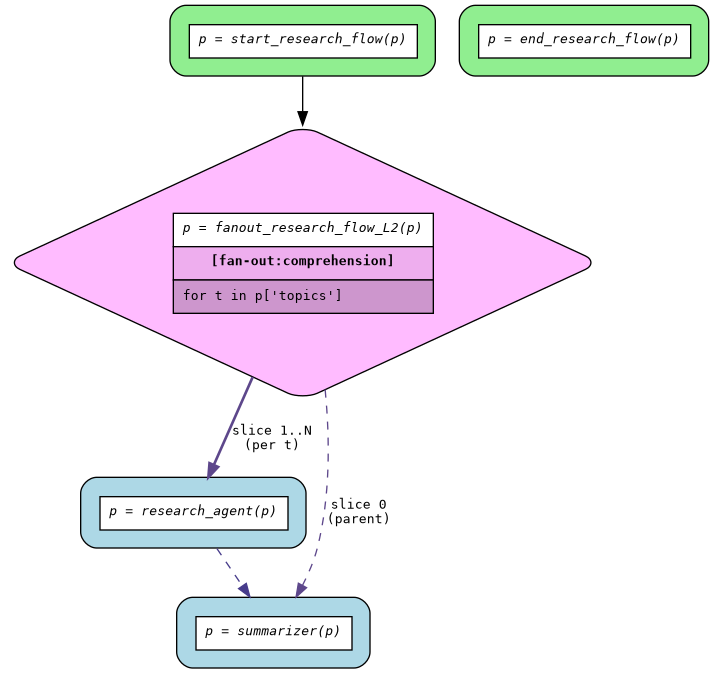
Before: src/asya-testing/asya_testing/flows/research_flow/compiled/flow.png, a diagram exported from Graphviz (deliveryhero/asya). Its source is kept beside it as src/asya-testing/asya_testing/flows/research_flow/compiled/flow.dot.
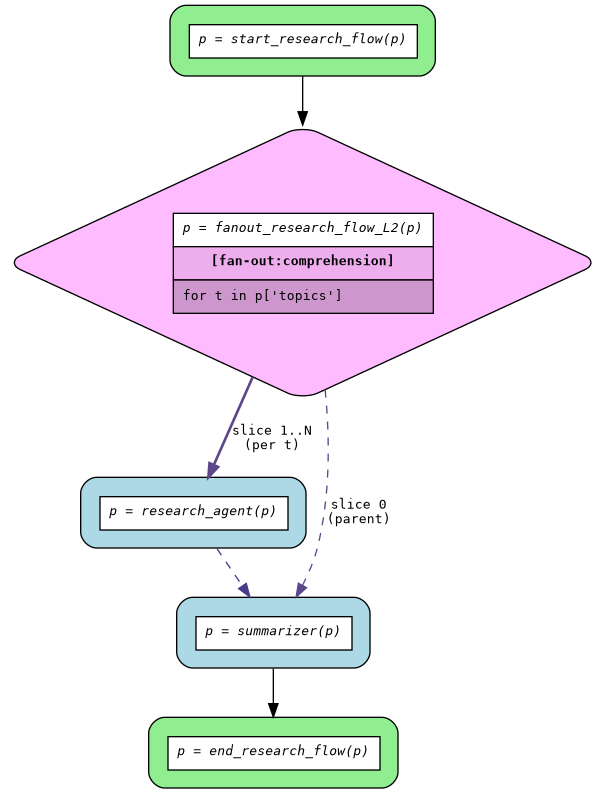
Later version of the same file.

Commit message:
fix(flow): include end_ router in fan-out continuation edges in dotgen

The dotgen._generate_fan_out_edges method was filtering out end_ routers
when determining which actors come after the aggregator in the
continuation chain. This caused missing edges to end_ routers in the
generated flow.dot file.

Now correctly uses the original (unfiltered) true_branch_actors list to
find actors after the aggregator, preserving any end_ routers that should
be in the continuation.

Example: summarizer -> end_research_flow edge now correctly appears in flow.dot

What changed in the source:
```diff
@@ -14,4 +14,5 @@
   fanout_research_flow_L2 -> summarizer [color=mediumpurple4, label="slice 0\n(parent)", style=dashed];
   research_agent -> summarizer [color=slateblue4, style=dashed];
   start_research_flow -> fanout_research_flow_L2;
+  summarizer -> end_research_flow;
 }
```
